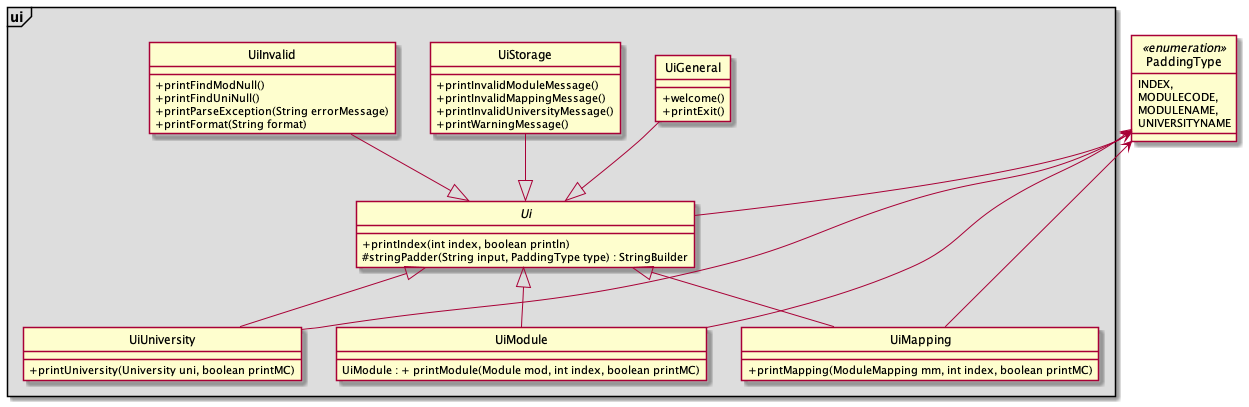
Earlier version of the PlantUML export docs/images/ui.png (nus-cs2113-AY2122S1/tp).
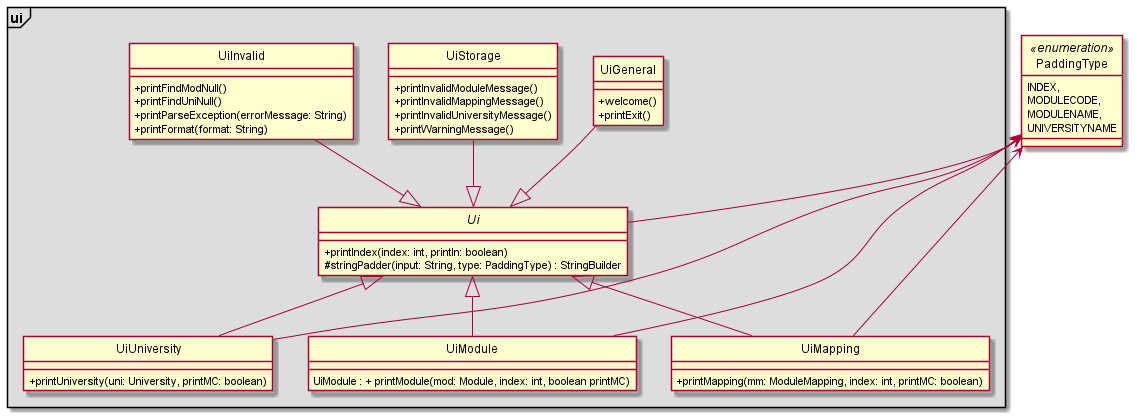
After the change.

Commit message:
Titus UML

Change to the diagram source:
```diff
@@ -6,28 +6,28 @@
 
 package "ui" <<Frame>> #DDDDDD {
     abstract class Ui {
-    + printIndex(int index, boolean println)
-    # stringPadder(String input, PaddingType type) : StringBuilder
+    + printIndex(index: int, println: boolean)
+    # stringPadder(input: String, type: PaddingType) : StringBuilder
     }
 
     class UiModule extends Ui{
-    UiModule : + printModule(Module mod, int index, boolean printMC)
+    UiModule : + printModule(mod: Module, index: int, boolean printMC)
     }
 
     class UiMapping extends Ui {
-    + printMapping(ModuleMapping mm, int index, boolean printMC)
+    + printMapping(mm: ModuleMapping, index: int, printMC: boolean)
     }
 
     class UiUniversity extends Ui {
-    + printUniversity(University uni, boolean printMC)
+    + printUniversity(uni: University, printMC: boolean)
     }
 
 UiInvalid --|> Ui
     class UiInvalid {
     + printFindModNull()
     + printFindUniNull()
-    + printParseException(String errorMessage)
-    + printFormat(String format)
+    + printParseException(errorMessage: String)
+    + printFormat(format: String)
     }
 
 UiGeneral --|> Ui
```
